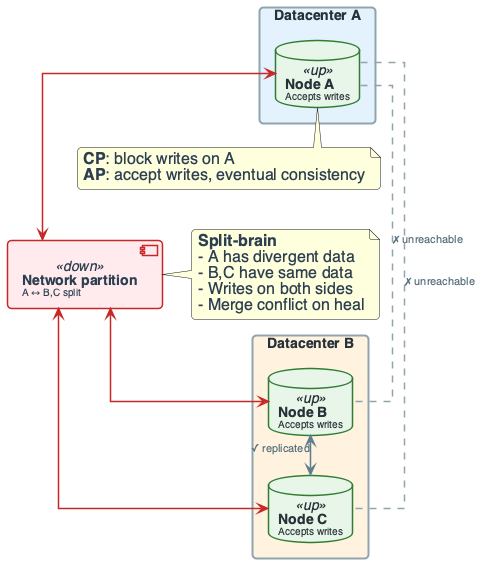
The PlantUML diagram diagrams/week02/week2_lecture_slide45_failure_partition.png in OrPerets/data-engineering-course, before a commit. Its diagram source:
```plantuml
@startuml

top to bottom direction
skinparam linetype ortho
skinparam shadowing false
skinparam roundcorner 8
skinparam handwritten false
skinparam nodesep 30
skinparam ranksep 40

skinparam defaultFontName "Segoe UI", "Helvetica", sans-serif
skinparam defaultFontSize 16
skinparam defaultFontColor #2C3E50

skinparam rectangle {
    BackgroundColor #F8F9FA
    BorderColor #90A4AE
    BorderThickness 2
    FontColor #263238
    FontSize 14
    FontStyle bold
    Padding 20
}

skinparam component {
    BackgroundColor #FFFFFF
    BorderColor #78909C
    BorderThickness 1.5
    FontSize 14
    Padding 12
}

skinparam database {
    BackgroundColor #ECEFF1
    BorderColor #546E7A
    BorderThickness 1.5
    FontSize 14
    FontColor #263238
}

skinparam arrow {
    Color #607D8B
    Thickness 1.5
    FontSize 11
    FontColor #546E7A
}

skinparam component<<UI>> {
    BorderColor #8E24AA
    BackgroundColor #F3E5F5
    FontColor #4A148C
}

skinparam component<<Agent>> {
    BorderColor #0288D1
    BackgroundColor #E1F5FE
    FontColor #01579B
}

skinparam component<<Tool>> {
    BorderColor #2E7D32
    BackgroundColor #E8F5E9
    FontColor #1B5E20
}

skinparam component<<Config>> {
    BorderColor #F57C00
    BackgroundColor #FFF3E0
    FontColor #E65100
}

skinparam component<<up>> {
    BackgroundColor #E8F5E9
    BorderColor #2E7D32
}
skinparam component<<down>> {
    BackgroundColor #FFEBEE
    BorderColor #C62828
}
skinparam database<<up>> {
    BackgroundColor #E8F5E9
    BorderColor #2E7D32
}
skinparam database<<down>> {
    BackgroundColor #FFEBEE
    BorderColor #C62828
}


rectangle "**Datacenter A**" #E3F2FD {
    database "**Node A**\n<size:10>Accepts writes</size>" as NA <<up>>
}

rectangle "**Datacenter B**" #FFF3E0 {
    database "**Node B**\n<size:10>Accepts writes</size>" as NB <<up>>
    database "**Node C**\n<size:10>Accepts writes</size>" as NC <<up>>
}

component "**Network partition**\n<size:10>A ↔ B,C split</size>" as PART <<down>>

NA <-[#C62828]-> PART
PART <-[#C62828]-> NB
PART <-[#C62828]-> NC

NA ..[#90A4AE].. NB : "✗ unreachable"
NA ..[#90A4AE].. NC : "✗ unreachable"
NB <--> NC : "✓ replicated"

note right of PART
  **Split-brain**
  - A has divergent data
  - B,C have same data
  - Writes on both sides
  - Merge conflict on heal
end note

note bottom of NA
  **CP**: block writes on A
  **AP**: accept writes, eventual consistency
end note

@enduml
```
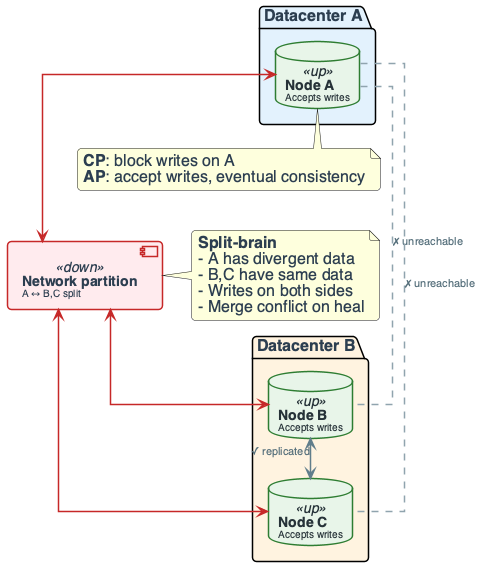
Later version of the same file.

What changed in the source:
```diff
@@ -8,7 +8,7 @@
 skinparam nodesep 30
 skinparam ranksep 40
 
-skinparam defaultFontName "Segoe UI", "Helvetica", sans-serif
+skinparam defaultFontName "Segoe UI, Helvetica, sans-serif"
 skinparam defaultFontSize 16
 skinparam defaultFontColor #2C3E50
 
@@ -69,29 +69,60 @@
     FontColor #E65100
 }
 
+skinparam component<<Bad>> {
+    BorderColor #C62828
+    BackgroundColor #FFEBEE
+    FontColor #B71C1C
+}
+
+skinparam component<<V1>> {
+    BorderColor #F57C00
+    BackgroundColor #FFF3E0
+    FontColor #E65100
+}
+
+skinparam component<<V2>> {
+    BorderColor #2E7D32
+    BackgroundColor #E8F5E9
+    FontColor #1B5E20
+}
+
 skinparam component<<up>> {
     BackgroundColor #E8F5E9
     BorderColor #2E7D32
 }
+
 skinparam component<<down>> {
     BackgroundColor #FFEBEE
     BorderColor #C62828
 }
+
 skinparam database<<up>> {
     BackgroundColor #E8F5E9
     BorderColor #2E7D32
 }
+
 skinparam database<<down>> {
     BackgroundColor #FFEBEE
     BorderColor #C62828
 }
 
+skinparam component<<success>> {
+    BackgroundColor #E8F5E9
+    BorderColor #2E7D32
+}
 
-rectangle "**Datacenter A**" #E3F2FD {
+skinparam component<<failure>> {
+    BackgroundColor #FFEBEE
+    BorderColor #C62828
+}
+
+
+package "**Datacenter A**" #E3F2FD {
     database "**Node A**\n<size:10>Accepts writes</size>" as NA <<up>>
 }
 
-rectangle "**Datacenter B**" #FFF3E0 {
+package "**Datacenter B**" #FFF3E0 {
     database "**Node B**\n<size:10>Accepts writes</size>" as NB <<up>>
     database "**Node C**\n<size:10>Accepts writes</size>" as NC <<up>>
 }
```
